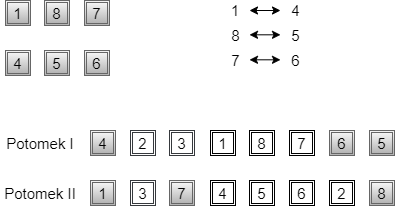
KamilLetowski/mgr keeps this draw.io diagram as grafika/krzyzowanie2.png. Above is the earlier version. Source tidied: cells renumbered, new cells last; positions are measured from the earlier drawing's top-left corner, leaving out a move shared by most shapes.
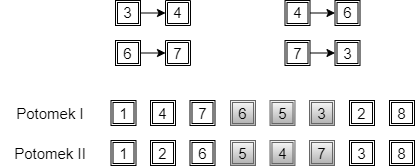
Above is the later version.

The edit, as a diff of the source:
```diff
@@ -2,113 +2,95 @@
   <root>
     <mxCell id="0" />
     <mxCell id="1" parent="0" />
-    <mxCell id="2" value="&lt;span style=&quot;font-size: 15px&quot;&gt;1&lt;/span&gt;" style="shape=ext;double=1;rounded=0;whiteSpace=wrap;html=1;strokeColor=#666666;fillColor=#f5f5f5;gradientColor=#b3b3b3;" parent="1" vertex="1">
-      <mxGeometry x="5" width="25" height="25" as="geometry" />
-    </mxCell>
-    <mxCell id="3" value="&lt;span style=&quot;font-size: 15px&quot;&gt;8&lt;/span&gt;" style="shape=ext;double=1;rounded=0;whiteSpace=wrap;html=1;strokeColor=#666666;fillColor=#f5f5f5;gradientColor=#b3b3b3;" parent="1" vertex="1">
-      <mxGeometry x="44" width="25" height="25" as="geometry" />
-    </mxCell>
-    <mxCell id="4" value="&lt;span style=&quot;font-size: 15px&quot;&gt;7&lt;/span&gt;" style="shape=ext;double=1;rounded=0;whiteSpace=wrap;html=1;strokeColor=#666666;fillColor=#f5f5f5;gradientColor=#b3b3b3;" parent="1" vertex="1">
-      <mxGeometry x="84" width="25" height="25" as="geometry" />
-    </mxCell>
-    <mxCell id="5" value="&lt;span style=&quot;font-size: 15px&quot;&gt;4&lt;/span&gt;" style="shape=ext;double=1;rounded=0;whiteSpace=wrap;html=1;strokeColor=#666666;fillColor=#f5f5f5;gradientColor=#b3b3b3;" parent="1" vertex="1">
-      <mxGeometry x="5" y="50" width="25" height="25" as="geometry" />
-    </mxCell>
-    <mxCell id="6" value="&lt;span style=&quot;font-size: 15px&quot;&gt;5&lt;/span&gt;" style="shape=ext;double=1;rounded=0;whiteSpace=wrap;html=1;strokeColor=#666666;fillColor=#f5f5f5;gradientColor=#b3b3b3;" parent="1" vertex="1">
-      <mxGeometry x="44" y="50" width="25" height="25" as="geometry" />
-    </mxCell>
-    <mxCell id="7" value="&lt;span style=&quot;font-size: 15px&quot;&gt;6&lt;/span&gt;" style="shape=ext;double=1;rounded=0;whiteSpace=wrap;html=1;strokeColor=#666666;fillColor=#f5f5f5;gradientColor=#b3b3b3;" parent="1" vertex="1">
-      <mxGeometry x="84" y="50" width="25" height="25" as="geometry" />
-    </mxCell>
-    <mxCell id="8" value="&lt;span style=&quot;font-size: 15px&quot;&gt;5&lt;/span&gt;" style="shape=ext;double=1;rounded=0;whiteSpace=wrap;html=1;gradientColor=#b3b3b3;fillColor=#f5f5f5;strokeColor=#666666;" parent="1" vertex="1">
-      <mxGeometry x="369" y="130" width="25" height="25" as="geometry" />
-    </mxCell>
+    <mxCell id="35" value="&lt;span style=&quot;font-size: 15px&quot;&gt;3&lt;/span&gt;" style="shape=ext;double=1;rounded=0;whiteSpace=wrap;html=1;" parent="1" vertex="1">
+      <mxGeometry x="100" y="40" width="25" height="25" as="geometry" />
+    </mxCell>
+    <mxCell id="36" value="&lt;span style=&quot;font-size: 15px&quot;&gt;4&lt;/span&gt;" style="shape=ext;double=1;rounded=0;whiteSpace=wrap;html=1;direction=south;" parent="1" vertex="1">
+      <mxGeometry x="150" y="40" width="25" height="25" as="geometry" />
+    </mxCell>
+    <mxCell id="37" style="endArrow=classic;html=1;entryX=0.5;entryY=1;entryDx=0;entryDy=0;exitX=1;exitY=0.5;exitDx=0;exitDy=0;" parent="1" edge="1" source="35" target="36">
+      <mxGeometry relative="1" as="geometry" />
+    </mxCell>
+    <mxCell id="38" value="&lt;span style=&quot;font-size: 15px&quot;&gt;6&lt;/span&gt;" style="shape=ext;double=1;rounded=0;whiteSpace=wrap;html=1;" parent="1" vertex="1">
+      <mxGeometry x="100" y="80" width="25" height="25" as="geometry" />
+    </mxCell>
+    <mxCell id="39" value="&lt;span style=&quot;font-size: 15px&quot;&gt;7&lt;/span&gt;" style="shape=ext;double=1;rounded=0;whiteSpace=wrap;html=1;direction=south;" parent="1" vertex="1">
+      <mxGeometry x="150" y="80" width="25" height="25" as="geometry" />
+    </mxCell>
+    <mxCell id="40" style="endArrow=classic;html=1;entryX=0.5;entryY=1;entryDx=0;entryDy=0;exitX=1;exitY=0.5;exitDx=0;exitDy=0;" parent="1" edge="1" source="38" target="39">
+      <mxGeometry relative="1" as="geometry" />
+    </mxCell>
+    <mxCell id="41" value="&lt;span style=&quot;font-size: 15px&quot;&gt;4&lt;/span&gt;" style="shape=ext;double=1;rounded=0;whiteSpace=wrap;html=1;" parent="1" vertex="1">
+      <mxGeometry x="269.5" y="40" width="25" height="25" as="geometry" />
+    </mxCell>
+    <mxCell id="42" value="&lt;span style=&quot;font-size: 15px&quot;&gt;6&lt;/span&gt;" style="shape=ext;double=1;rounded=0;whiteSpace=wrap;html=1;direction=south;" parent="1" vertex="1">
+      <mxGeometry x="319.5" y="40" width="25" height="25" as="geometry" />
+    </mxCell>
+    <mxCell id="43" style="endArrow=classic;html=1;entryX=0.5;entryY=1;entryDx=0;entryDy=0;exitX=1;exitY=0.5;exitDx=0;exitDy=0;" parent="1" edge="1" source="41" target="42">
+      <mxGeometry relative="1" as="geometry" />
+    </mxCell>
+    <mxCell id="44" value="&lt;span style=&quot;font-size: 15px&quot;&gt;7&lt;/span&gt;" style="shape=ext;double=1;rounded=0;whiteSpace=wrap;html=1;" parent="1" vertex="1">
+      <mxGeometry x="269.5" y="80" width="25" height="25" as="geometry" />
+    </mxCell>
+    <mxCell id="45" value="&lt;span style=&quot;font-size: 15px&quot;&gt;3&lt;/span&gt;" style="shape=ext;double=1;rounded=0;whiteSpace=wrap;html=1;direction=south;" parent="1" vertex="1">
+      <mxGeometry x="319.5" y="80" width="25" height="25" as="geometry" />
+    </mxCell>
+    <mxCell id="46" style="endArrow=classic;html=1;entryX=0.5;entryY=1;entryDx=0;entryDy=0;exitX=1;exitY=0.5;exitDx=0;exitDy=0;" parent="1" edge="1" source="44" target="45">
+      <mxGeometry relative="1" as="geometry" />
+    </mxCell>
+    <mxCell id="47" value="&lt;span style=&quot;font-size: 15px&quot;&gt;2&lt;/span&gt;" style="shape=ext;double=1;rounded=0;whiteSpace=wrap;html=1;" parent="1" vertex="1">
+      <mxGeometry x="334" y="140" width="25" height="25" as="geometry" />
+    </mxCell>
+    <mxCell id="48" value="&lt;span style=&quot;font-size: 15px&quot;&gt;4&lt;/span&gt;" style="shape=ext;double=1;rounded=0;whiteSpace=wrap;html=1;" parent="1" vertex="1">
+      <mxGeometry x="135" y="140" width="25" height="25" as="geometry" />
+    </mxCell>
+    <mxCell id="49" value="&lt;span style=&quot;font-size: 15px&quot;&gt;3&lt;/span&gt;" style="shape=ext;double=1;rounded=0;whiteSpace=wrap;html=1;gradientColor=#b3b3b3;fillColor=#f5f5f5;strokeColor=#666666;" parent="1" vertex="1">
+      <mxGeometry x="294" y="140" width="25" height="25" as="geometry" />
+    </mxCell>
     <mxCell id="9" value="&lt;span style=&quot;font-size: 15px&quot;&gt;6&lt;/span&gt;" style="shape=ext;double=1;rounded=0;whiteSpace=wrap;html=1;gradientColor=#b3b3b3;fillColor=#f5f5f5;strokeColor=#666666;" parent="1" vertex="1">
-      <mxGeometry x="329" y="130" width="25" height="25" as="geometry" />
+      <mxGeometry x="215" y="140" width="25" height="25" as="geometry" />
     </mxCell>
+    <mxCell id="50" value="&lt;span style=&quot;font-size: 15px&quot;&gt;8&lt;/span&gt;" style="shape=ext;double=1;rounded=0;whiteSpace=wrap;html=1;" parent="1" vertex="1">
+      <mxGeometry x="374" y="140" width="25" height="25" as="geometry" />
+    </mxCell>
+    <mxCell id="51" value="&lt;span style=&quot;font-size: 15px&quot;&gt;1&lt;/span&gt;" style="shape=ext;double=1;rounded=0;whiteSpace=wrap;html=1;" parent="1" vertex="1">
+      <mxGeometry x="95.5" y="140" width="25" height="25" as="geometry" />
+    </mxCell>
+    <mxCell id="24" value="&lt;font style=&quot;font-size: 15px&quot;&gt;Potomek I&lt;/font&gt;" style="text;html=1;strokeColor=none;fillColor=none;align=center;verticalAlign=middle;whiteSpace=wrap;rounded=0;" parent="1" vertex="1">
+      <mxGeometry x="-15" y="142.5" width="100" height="20" as="geometry" />
+    </mxCell>
+    <mxCell id="52" value="&lt;span style=&quot;font-size: 15px&quot;&gt;7&lt;/span&gt;" style="shape=ext;double=1;rounded=0;whiteSpace=wrap;html=1;" parent="1" vertex="1">
+      <mxGeometry x="174.5" y="140" width="25" height="25" as="geometry" />
+    </mxCell>
+    <mxCell id="53" value="&lt;span style=&quot;font-size: 15px&quot;&gt;5&lt;/span&gt;" style="shape=ext;double=1;rounded=0;whiteSpace=wrap;html=1;gradientColor=#b3b3b3;fillColor=#f5f5f5;strokeColor=#666666;" parent="1" vertex="1">
+      <mxGeometry x="254.5" y="140" width="25" height="25" as="geometry" />
+    </mxCell>
+    <mxCell id="54" value="&lt;span style=&quot;font-size: 15px&quot;&gt;3&lt;/span&gt;" style="shape=ext;double=1;rounded=0;whiteSpace=wrap;html=1;" parent="1" vertex="1">
+      <mxGeometry x="334" y="180" width="25" height="25" as="geometry" />
+    </mxCell>
+    <mxCell id="55" value="&lt;span style=&quot;font-size: 15px&quot;&gt;2&lt;/span&gt;" style="shape=ext;double=1;rounded=0;whiteSpace=wrap;html=1;" parent="1" vertex="1">
+      <mxGeometry x="135" y="180" width="25" height="25" as="geometry" />
+    </mxCell>
+    <mxCell id="56" value="&lt;span style=&quot;font-size: 15px&quot;&gt;7&lt;/span&gt;" style="shape=ext;double=1;rounded=0;whiteSpace=wrap;html=1;gradientColor=#b3b3b3;fillColor=#f5f5f5;strokeColor=#666666;" parent="1" vertex="1">
+      <mxGeometry x="294" y="180" width="25" height="25" as="geometry" />
+    </mxCell>
+    <mxCell id="57" value="&lt;span style=&quot;font-size: 15px&quot;&gt;5&lt;/span&gt;" style="shape=ext;double=1;rounded=0;whiteSpace=wrap;html=1;gradientColor=#b3b3b3;fillColor=#f5f5f5;strokeColor=#666666;" parent="1" vertex="1">
+      <mxGeometry x="215" y="180" width="25" height="25" as="geometry" />
+    </mxCell>
+    <mxCell id="58" value="&lt;span style=&quot;font-size: 15px&quot;&gt;8&lt;/span&gt;" style="shape=ext;double=1;rounded=0;whiteSpace=wrap;html=1;" parent="1" vertex="1">
+      <mxGeometry x="374" y="180" width="25" height="25" as="geometry" />
+    </mxCell>
+    <mxCell id="59" value="&lt;span style=&quot;font-size: 15px&quot;&gt;1&lt;/span&gt;" style="shape=ext;double=1;rounded=0;whiteSpace=wrap;html=1;" parent="1" vertex="1">
+      <mxGeometry x="95.5" y="180" width="25" height="25" as="geometry" />
+    </mxCell>
+    <mxCell id="25" value="&lt;font style=&quot;font-size: 15px&quot;&gt;Potomek II&lt;/font&gt;" style="text;html=1;strokeColor=none;fillColor=none;align=center;verticalAlign=middle;whiteSpace=wrap;rounded=0;" parent="1" vertex="1">
+      <mxGeometry x="-15" y="182.5" width="100" height="20" as="geometry" />
+    </mxCell>
+    <mxCell id="60" value="&lt;span style=&quot;font-size: 15px&quot;&gt;6&lt;/span&gt;" style="shape=ext;double=1;rounded=0;whiteSpace=wrap;html=1;" parent="1" vertex="1">
+      <mxGeometry x="174.5" y="180" width="25" height="25" as="geometry" />
+    </mxCell>
     <mxCell id="10" value="&lt;span style=&quot;font-size: 15px&quot;&gt;4&lt;/span&gt;" style="shape=ext;double=1;rounded=0;whiteSpace=wrap;html=1;gradientColor=#b3b3b3;fillColor=#f5f5f5;strokeColor=#666666;" parent="1" vertex="1">
-      <mxGeometry x="90" y="130" width="25" height="25" as="geometry" />
+      <mxGeometry x="254.5" y="180" width="25" height="25" as="geometry" />
     </mxCell>
-    <mxCell id="11" value="&lt;span style=&quot;font-size: 15px&quot;&gt;2&lt;/span&gt;" style="shape=ext;double=1;rounded=0;whiteSpace=wrap;html=1;strokeColor=#36393d;fillColor=#FFFFFF;" parent="1" vertex="1">
-      <mxGeometry x="130" y="130" width="25" height="25" as="geometry" />
-    </mxCell>
-    <mxCell id="12" value="&lt;span style=&quot;font-size: 15px&quot;&gt;3&lt;/span&gt;" style="shape=ext;double=1;rounded=0;whiteSpace=wrap;html=1;strokeColor=#36393d;fillColor=#FFFFFF;" parent="1" vertex="1">
-      <mxGeometry x="169" y="130" width="25" height="25" as="geometry" />
-    </mxCell>
-    <mxCell id="13" value="&lt;span style=&quot;font-size: 15px&quot;&gt;1&lt;/span&gt;" style="shape=ext;double=1;rounded=0;whiteSpace=wrap;html=1;" parent="1" vertex="1">
-      <mxGeometry x="210" y="130" width="25" height="25" as="geometry" />
-    </mxCell>
-    <mxCell id="14" value="&lt;span style=&quot;font-size: 15px&quot;&gt;8&lt;/span&gt;" style="shape=ext;double=1;rounded=0;whiteSpace=wrap;html=1;" parent="1" vertex="1">
-      <mxGeometry x="249" y="130" width="25" height="25" as="geometry" />
-    </mxCell>
-    <mxCell id="15" value="&lt;span style=&quot;font-size: 15px&quot;&gt;7&lt;/span&gt;" style="shape=ext;double=1;rounded=0;whiteSpace=wrap;html=1;" parent="1" vertex="1">
-      <mxGeometry x="289" y="130" width="25" height="25" as="geometry" />
-    </mxCell>
-    <mxCell id="16" value="&lt;span style=&quot;font-size: 15px&quot;&gt;8&lt;/span&gt;" style="shape=ext;double=1;rounded=0;whiteSpace=wrap;html=1;gradientColor=#b3b3b3;fillColor=#f5f5f5;strokeColor=#666666;" parent="1" vertex="1">
-      <mxGeometry x="369" y="180" width="25" height="25" as="geometry" />
-    </mxCell>
-    <mxCell id="17" value="&lt;span style=&quot;font-size: 15px&quot;&gt;2&lt;/span&gt;" style="shape=ext;double=1;rounded=0;whiteSpace=wrap;html=1;" parent="1" vertex="1">
-      <mxGeometry x="329" y="180" width="25" height="25" as="geometry" />
-    </mxCell>
-    <mxCell id="18" value="&lt;span style=&quot;font-size: 15px&quot;&gt;1&lt;/span&gt;" style="shape=ext;double=1;rounded=0;whiteSpace=wrap;html=1;strokeColor=#666666;fillColor=#f5f5f5;gradientColor=#b3b3b3;" parent="1" vertex="1">
-      <mxGeometry x="90" y="180" width="25" height="25" as="geometry" />
-    </mxCell>
-    <mxCell id="19" value="&lt;span style=&quot;font-size: 15px&quot;&gt;3&lt;/span&gt;" style="shape=ext;double=1;rounded=0;whiteSpace=wrap;html=1;strokeColor=#36393d;fillColor=#FFFFFF;" parent="1" vertex="1">
-      <mxGeometry x="130" y="180" width="25" height="25" as="geometry" />
-    </mxCell>
-    <mxCell id="20" value="&lt;span style=&quot;font-size: 15px&quot;&gt;7&lt;/span&gt;" style="shape=ext;double=1;rounded=0;whiteSpace=wrap;html=1;strokeColor=#666666;fillColor=#f5f5f5;gradientColor=#b3b3b3;" parent="1" vertex="1">
-      <mxGeometry x="169" y="180" width="25" height="25" as="geometry" />
-    </mxCell>
-    <mxCell id="21" value="&lt;span style=&quot;font-size: 15px&quot;&gt;4&lt;/span&gt;" style="shape=ext;double=1;rounded=0;whiteSpace=wrap;html=1;" parent="1" vertex="1">
-      <mxGeometry x="210" y="180" width="25" height="25" as="geometry" />
-    </mxCell>
-    <mxCell id="22" value="&lt;span style=&quot;font-size: 15px&quot;&gt;5&lt;/span&gt;" style="shape=ext;double=1;rounded=0;whiteSpace=wrap;html=1;" parent="1" vertex="1">
-      <mxGeometry x="249" y="180" width="25" height="25" as="geometry" />
-    </mxCell>
-    <mxCell id="23" value="&lt;span style=&quot;font-size: 15px&quot;&gt;6&lt;/span&gt;" style="shape=ext;double=1;rounded=0;whiteSpace=wrap;html=1;" parent="1" vertex="1">
-      <mxGeometry x="289" y="180" width="25" height="25" as="geometry" />
-    </mxCell>
-    <mxCell id="24" value="&lt;font style=&quot;font-size: 15px&quot;&gt;Potomek I&lt;/font&gt;" style="text;html=1;strokeColor=none;fillColor=none;align=center;verticalAlign=middle;whiteSpace=wrap;rounded=0;" parent="1" vertex="1">
-      <mxGeometry x="5" y="132.5" width="70" height="20" as="geometry" />
-    </mxCell>
-    <mxCell id="25" value="&lt;font style=&quot;font-size: 15px&quot;&gt;Potomek II&lt;/font&gt;" style="text;html=1;strokeColor=none;fillColor=none;align=center;verticalAlign=middle;whiteSpace=wrap;rounded=0;" parent="1" vertex="1">
-      <mxGeometry y="182.5" width="80" height="20" as="geometry" />
-    </mxCell>
-    <mxCell id="26" style="endArrow=classic;startArrow=classic;html=1;" parent="1" edge="1">
-      <mxGeometry relative="1" as="geometry">
-        <mxPoint x="249" y="10" as="sourcePoint" />
-        <mxPoint x="280" y="10" as="targetPoint" />
-      </mxGeometry>
-    </mxCell>
-    <mxCell id="27" style="endArrow=classic;startArrow=classic;html=1;" parent="1" edge="1">
-      <mxGeometry relative="1" as="geometry">
-        <mxPoint x="249" y="34.3" as="sourcePoint" />
-        <mxPoint x="280" y="34.3" as="targetPoint" />
-      </mxGeometry>
-    </mxCell>
-    <mxCell id="28" style="endArrow=classic;startArrow=classic;html=1;" parent="1" edge="1">
-      <mxGeometry relative="1" as="geometry">
-        <mxPoint x="249" y="59.3" as="sourcePoint" />
-        <mxPoint x="280" y="59.3" as="targetPoint" />
-      </mxGeometry>
-    </mxCell>
-    <mxCell id="29" value="&lt;font style=&quot;font-size: 15px&quot;&gt;1&lt;/font&gt;" style="text;html=1;strokeColor=none;fillColor=none;align=center;verticalAlign=middle;whiteSpace=wrap;rounded=0;" parent="1" vertex="1">
-      <mxGeometry x="215" width="40" height="20" as="geometry" />
-    </mxCell>
-    <mxCell id="30" value="&lt;font style=&quot;font-size: 15px&quot;&gt;4&lt;/font&gt;" style="text;html=1;align=center;verticalAlign=middle;strokeColor=none;" parent="1" vertex="1">
-      <mxGeometry x="285" width="20" height="20" as="geometry" />
-    </mxCell>
-    <mxCell id="31" value="&lt;font style=&quot;font-size: 15px&quot;&gt;5&lt;/font&gt;" style="text;html=1;align=center;verticalAlign=middle;strokeColor=none;" parent="1" vertex="1">
-      <mxGeometry x="285" y="25" width="20" height="20" as="geometry" />
-    </mxCell>
-    <mxCell id="32" value="&lt;font style=&quot;font-size: 15px&quot;&gt;8&lt;/font&gt;" style="text;html=1;align=center;verticalAlign=middle;strokeColor=none;" parent="1" vertex="1">
-      <mxGeometry x="225" y="25" width="20" height="20" as="geometry" />
-    </mxCell>
-    <mxCell id="33" value="&lt;font style=&quot;font-size: 15px&quot;&gt;7&lt;/font&gt;" style="text;html=1;align=center;verticalAlign=middle;strokeColor=none;" parent="1" vertex="1">
-      <mxGeometry x="225" y="50" width="20" height="20" as="geometry" />
-    </mxCell>
-    <mxCell id="34" value="&lt;font style=&quot;font-size: 15px&quot;&gt;6&lt;/font&gt;" style="text;html=1;align=center;verticalAlign=middle;strokeColor=none;" parent="1" vertex="1">
-      <mxGeometry x="285" y="50" width="20" height="20" as="geometry" />
-    </mxCell>
   </root>
 </mxGraphModel>
```
